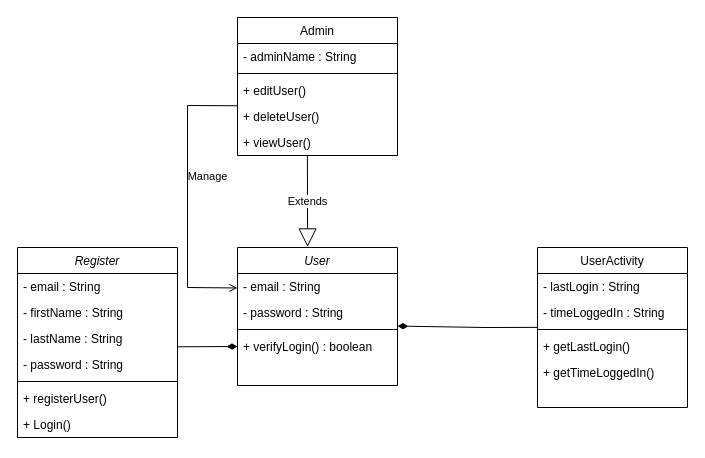
Earlier version of the draw.io diagram Untitled Diagram.drawio (lvhieut/devHieu9981.github.io). Source tidied: cells renumbered, new cells numbered last; positions are measured from the earlier drawing's top-left corner, leaving out a move shared by most shapes. Both pictures are drawn from the tidied source at 100%, with x=0, y=0 at pixel (17, 17).
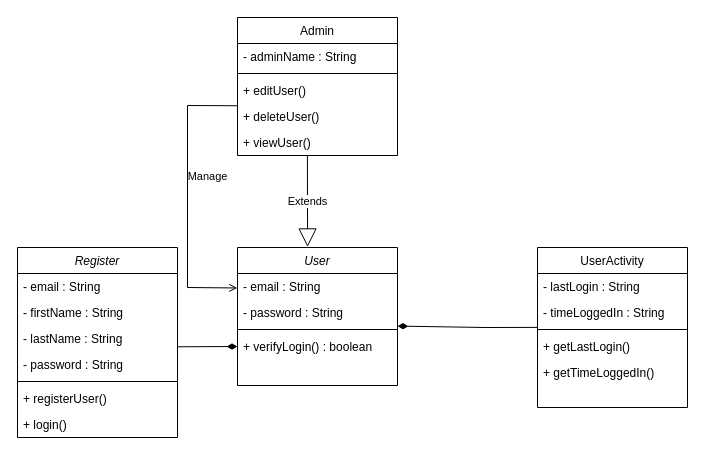
After the change.

The change refers to these unchanged cells:
```xml
<mxCell id="21" value="Register" style="swimlane;fontStyle=2;align=center;verticalAlign=top;horizontal=1;startSize=26;rounded=0;shadow=0;strokeWidth=1;" parent="1" vertex="1">
  <mxGeometry y="230" width="160" height="190" as="geometry" />
</mxCell>
```

Change to the diagram source:
```diff
@@
-    <mxCell id="28" value="+ Login()" style="text;align=left;verticalAlign=top;spacingLeft=4;spacingRight=4;overflow=hidden;" parent="21" vertex="1">
+    <mxCell id="28" value="+ login()" style="text;align=left;verticalAlign=top;spacingLeft=4;spacingRight=4;overflow=hidden;" parent="21" vertex="1">
       <mxGeometry y="164" width="160" height="26" as="geometry" />
     </mxCell>
```
